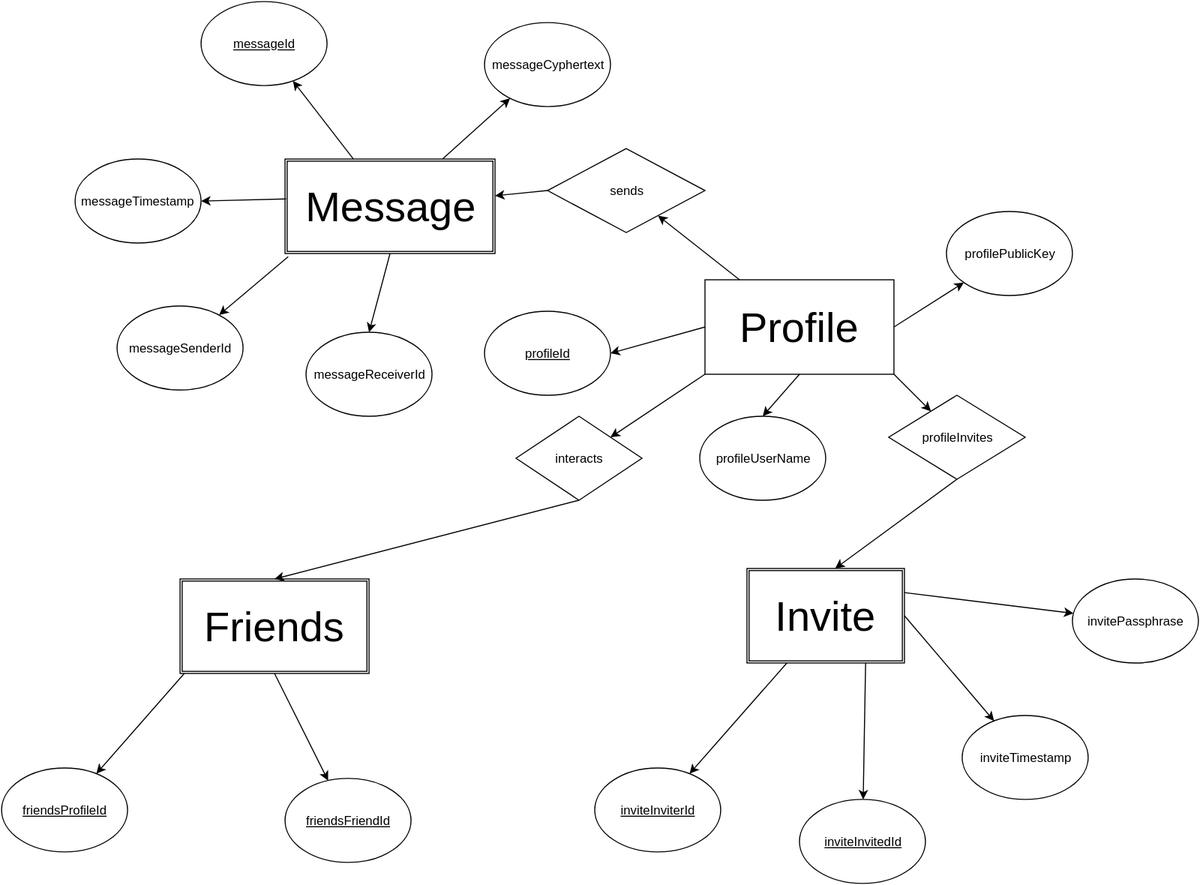
Earlier version of the draw.io export epic/img/kiteCryptERD.svg (Karstagg/kiteCrypt). Source tidied: cells renumbered, new cells last; positions are measured from the earlier drawing's top-left corner, leaving out a move shared by most shapes.
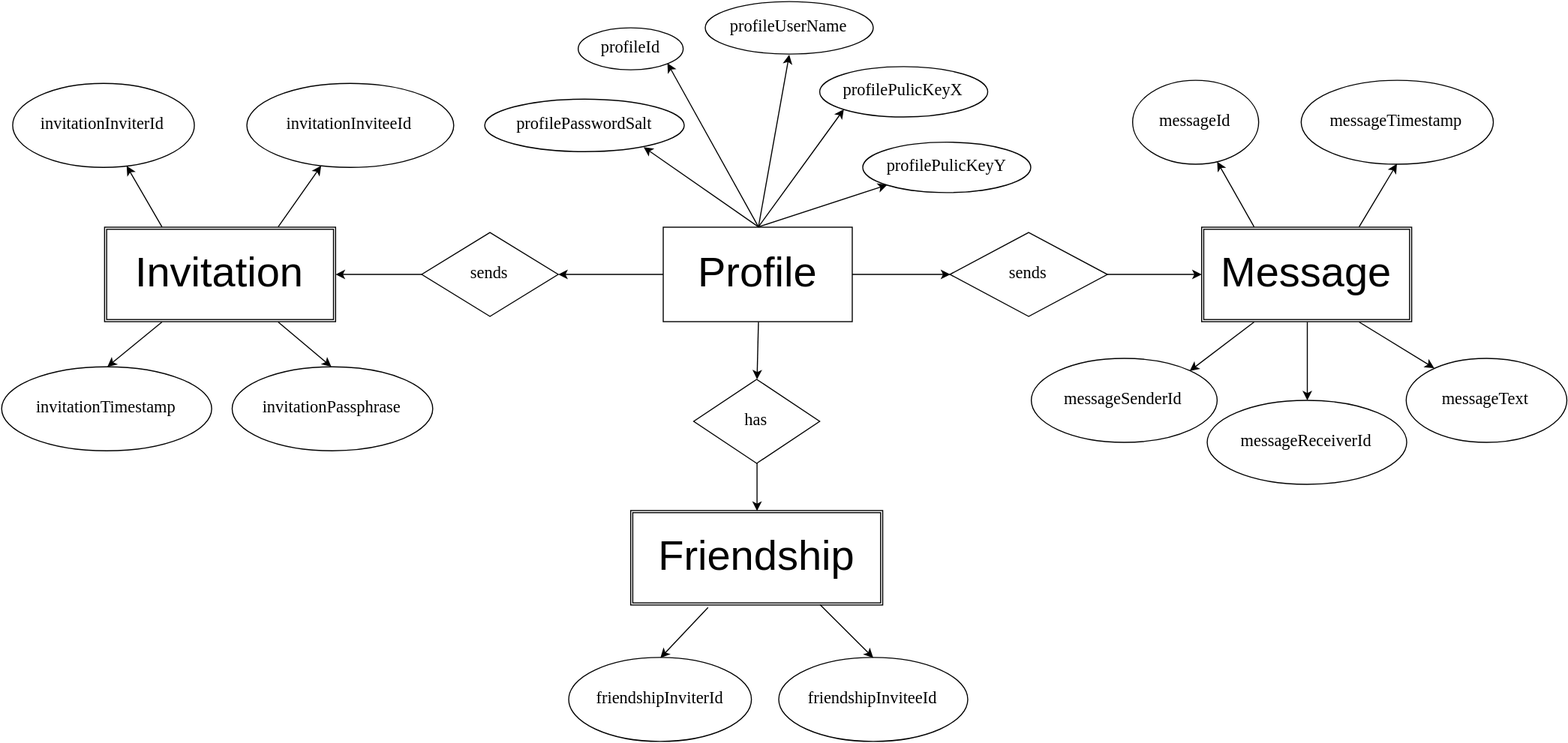
The same diagram one commit later.

Diff of the diagram source:
```diff
@@ -1,129 +1,141 @@
-<mxGraphModel>
+<mxGraphModel background="#ffffff">
   <root>
     <mxCell id="0" />
     <mxCell id="1" parent="0" />
     <mxCell id="2" value="&lt;font style=&quot;font-size: 40px&quot;&gt;Profile&lt;/font&gt;" style="whiteSpace=wrap;html=1;" parent="1" vertex="1">
       <mxGeometry x="670" y="265" width="180" height="90" as="geometry" />
     </mxCell>
-    <mxCell id="3" value="&lt;font style=&quot;font-size: 40px&quot;&gt;Friends&lt;/font&gt;" style="shape=ext;double=1;whiteSpace=wrap;html=1;" parent="1" vertex="1">
-      <mxGeometry x="170" y="550" width="180" height="90" as="geometry" />
+    <mxCell id="3" value="&lt;font style=&quot;font-size: 40px&quot;&gt;Friendship&lt;/font&gt;" style="shape=ext;double=1;whiteSpace=wrap;html=1;" parent="1" vertex="1">
+      <mxGeometry x="639" y="535" width="240" height="90" as="geometry" />
     </mxCell>
-    <mxCell id="4" value="&lt;u&gt;profileId&lt;/u&gt;" style="ellipse;whiteSpace=wrap;html=1;" parent="1" vertex="1">
-      <mxGeometry x="460" y="295" width="120" height="80" as="geometry" />
+    <mxCell id="4" value="profileId" style="ellipse;whiteSpace=wrap;html=1;fontFamily=Verdana;fontSize=16;" parent="1" vertex="1">
+      <mxGeometry x="589" y="75" width="100" height="40" as="geometry" />
     </mxCell>
-    <mxCell id="5" value="profileUserName" style="ellipse;whiteSpace=wrap;html=1;" parent="1" vertex="1">
-      <mxGeometry x="665" y="395" width="120" height="80" as="geometry" />
+    <mxCell id="5" value="profileUserName" style="ellipse;whiteSpace=wrap;html=1;fontFamily=Verdana;fontSize=16;" parent="1" vertex="1">
+      <mxGeometry x="710" y="50" width="160" height="50" as="geometry" />
     </mxCell>
-    <mxCell id="6" value="profilePublicKey" style="ellipse;whiteSpace=wrap;html=1;" parent="1" vertex="1">
-      <mxGeometry x="900" y="200" width="120" height="80" as="geometry" />
+    <mxCell id="6" value="profilePulicKeyX&lt;br&gt;" style="ellipse;whiteSpace=wrap;html=1;fontFamily=Verdana;fontSize=16;" parent="1" vertex="1">
+      <mxGeometry x="819" y="112" width="160" height="48" as="geometry" />
     </mxCell>
-    <mxCell id="7" value="interacts" style="rhombus;whiteSpace=wrap;html=1;" parent="1" vertex="1">
-      <mxGeometry x="490" y="395" width="120" height="80" as="geometry" />
+    <mxCell id="7" value="has" style="rhombus;whiteSpace=wrap;html=1;fontFamily=Verdana;fontSize=16;" parent="1" vertex="1">
+      <mxGeometry x="699" y="410" width="120" height="80" as="geometry" />
     </mxCell>
-    <mxCell id="8" value="&lt;u&gt;friendsProfileId&lt;/u&gt;" style="ellipse;whiteSpace=wrap;html=1;" parent="1" vertex="1">
-      <mxGeometry y="730" width="120" height="80" as="geometry" />
+    <mxCell id="8" value="friendshipInviterId" style="ellipse;whiteSpace=wrap;html=1;fontFamily=Verdana;fontSize=16;" parent="1" vertex="1">
+      <mxGeometry x="580" y="675" width="174" height="80" as="geometry" />
     </mxCell>
-    <mxCell id="9" value="&lt;u&gt;friendsFriendId&lt;/u&gt;" style="ellipse;whiteSpace=wrap;html=1;" parent="1" vertex="1">
-      <mxGeometry x="270" y="740" width="120" height="80" as="geometry" />
+    <mxCell id="9" value="friendshipInviteeId" style="ellipse;whiteSpace=wrap;html=1;fontFamily=Verdana;fontSize=16;" parent="1" vertex="1">
+      <mxGeometry x="780" y="675" width="180" height="80" as="geometry" />
     </mxCell>
-    <mxCell id="10" style="endArrow=classic;html=1;exitX=0;exitY=0.5;entryX=1;entryY=0.5;" parent="1" edge="1" source="2" target="4">
+    <mxCell id="10" style="endArrow=classic;html=1;exitX=0.5;exitY=0;entryX=1;entryY=1;" parent="1" edge="1" source="2" target="4">
       <mxGeometry relative="1" as="geometry" />
     </mxCell>
-    <mxCell id="11" style="endArrow=classic;html=1;exitX=1;exitY=0.5;" parent="1" edge="1" source="2" target="6">
+    <mxCell id="11" style="endArrow=classic;html=1;exitX=0.5;exitY=0;entryX=0;entryY=1;" parent="1" edge="1" source="2" target="6">
       <mxGeometry relative="1" as="geometry" />
     </mxCell>
-    <mxCell id="12" style="endArrow=classic;html=1;exitX=0;exitY=1;exitPerimeter=0;" parent="1" edge="1" source="2" target="7">
+    <mxCell id="12" style="endArrow=classic;html=1;exitX=0.5;exitY=1;entryX=0.5;entryY=0;" parent="1" edge="1" source="2" target="7">
       <mxGeometry relative="1" as="geometry" />
     </mxCell>
-    <mxCell id="13" style="endArrow=classic;html=1;exitX=0.5;exitY=1;entryX=0.5;entryY=0;" parent="1" edge="1" source="2" target="5">
+    <mxCell id="13" style="endArrow=classic;html=1;exitX=0.5;exitY=0;entryX=0.5;entryY=1;" parent="1" edge="1" source="2" target="5">
       <mxGeometry relative="1" as="geometry" />
     </mxCell>
     <mxCell id="14" style="endArrow=classic;html=1;exitX=0.5;exitY=1;entryX=0.5;entryY=0;" parent="1" edge="1" source="7" target="3">
       <mxGeometry relative="1" as="geometry" />
     </mxCell>
-    <mxCell id="15" style="endArrow=classic;html=1;exitX=0.022;exitY=1;exitPerimeter=0;" parent="1" edge="1" source="3" target="8">
+    <mxCell id="15" style="endArrow=classic;html=1;exitX=0.307;exitY=1.025;exitPerimeter=0;entryX=0.5;entryY=0;" parent="1" edge="1" source="3" target="8">
       <mxGeometry relative="1" as="geometry" />
     </mxCell>
-    <mxCell id="16" style="endArrow=classic;html=1;exitX=0.5;exitY=1;" parent="1" edge="1" source="3" target="9">
+    <mxCell id="16" style="endArrow=classic;html=1;exitX=0.75;exitY=1;entryX=0.5;entryY=0;" parent="1" edge="1" source="3" target="9">
       <mxGeometry relative="1" as="geometry" />
     </mxCell>
-    <mxCell id="17" value="profileInvites" style="rhombus;whiteSpace=wrap;html=1;" parent="1" vertex="1">
-      <mxGeometry x="845" y="375" width="130" height="80" as="geometry" />
+    <mxCell id="17" value="sends" style="rhombus;whiteSpace=wrap;html=1;fontFamily=Verdana;fontSize=16;" parent="1" vertex="1">
+      <mxGeometry x="440" y="270" width="130" height="80" as="geometry" />
     </mxCell>
-    <mxCell id="18" style="endArrow=classic;html=1;exitX=1;exitY=1;exitPerimeter=0;" parent="1" edge="1" source="2" target="17">
+    <mxCell id="18" style="endArrow=classic;html=1;exitX=0;exitY=0.5;entryX=1;entryY=0.5;" parent="1" edge="1" source="2" target="17">
       <mxGeometry relative="1" as="geometry" />
     </mxCell>
-    <mxCell id="19" style="endArrow=classic;html=1;exitX=0.5;exitY=1;entryX=0.56;entryY=0;entryPerimeter=0;" parent="1" edge="1" source="17" target="28">
+    <mxCell id="19" style="endArrow=classic;html=1;exitX=0;exitY=0.5;entryX=1;entryY=0.5;" parent="1" edge="1" source="17" target="28">
       <mxGeometry relative="1" as="geometry" />
     </mxCell>
-    <mxCell id="20" value="&lt;u&gt;inviteInviterId&lt;/u&gt;" style="ellipse;whiteSpace=wrap;html=1;" parent="1" vertex="1">
-      <mxGeometry x="565" y="730" width="120" height="80" as="geometry" />
+    <mxCell id="20" value="invitationInviterId" style="ellipse;whiteSpace=wrap;html=1;fontFamily=Verdana;fontSize=16;fontStyle=0;" parent="1" vertex="1">
+      <mxGeometry x="50" y="128" width="173" height="80" as="geometry" />
     </mxCell>
-    <mxCell id="21" value="&lt;u&gt;inviteInvitedId&lt;/u&gt;" style="ellipse;whiteSpace=wrap;html=1;" parent="1" vertex="1">
-      <mxGeometry x="760" y="760" width="120" height="80" as="geometry" />
+    <mxCell id="21" value="invitationInviteeId" style="ellipse;whiteSpace=wrap;html=1;fontFamily=Verdana;fontSize=16;fontStyle=0;" parent="1" vertex="1">
+      <mxGeometry x="273" y="128" width="197" height="80" as="geometry" />
     </mxCell>
-    <mxCell id="22" style="endArrow=classic;html=1;exitX=0.25;exitY=1;" parent="1" edge="1" source="28" target="20">
-      <mxGeometry x="-104.7" y="-390" as="geometry" />
+    <mxCell id="22" style="endArrow=classic;html=1;exitX=0.25;exitY=0;" parent="1" edge="1" source="28" target="20">
+      <mxGeometry x="-626.7" y="-672" as="geometry" />
     </mxCell>
-    <mxCell id="23" style="endArrow=classic;html=1;exitX=0.75;exitY=1;" parent="1" edge="1" source="28" target="21">
-      <mxGeometry x="65" y="-390" as="geometry" />
+    <mxCell id="23" style="endArrow=classic;html=1;exitX=0.75;exitY=0;" parent="1" edge="1" source="28" target="21">
+      <mxGeometry x="-457" y="-672" as="geometry" />
     </mxCell>
-    <mxCell id="24" value="inviteTimestamp" style="ellipse;whiteSpace=wrap;html=1;" parent="1" vertex="1">
-      <mxGeometry x="915" y="680" width="120" height="80" as="geometry" />
+    <mxCell id="24" value="invitationTimestamp" style="ellipse;whiteSpace=wrap;html=1;fontFamily=Verdana;fontSize=16;" parent="1" vertex="1">
+      <mxGeometry x="40" y="398" width="200" height="80" as="geometry" />
     </mxCell>
-    <mxCell id="25" style="endArrow=classic;html=1;exitX=1;exitY=0.5;" parent="1" edge="1" source="28" target="24">
-      <mxGeometry x="145" y="-450" as="geometry" />
+    <mxCell id="25" style="endArrow=classic;html=1;exitX=0.25;exitY=1;entryX=0.5;entryY=0;" parent="1" edge="1" source="28" target="24">
+      <mxGeometry x="-377" y="-732" as="geometry" />
     </mxCell>
-    <mxCell id="26" value="invitePassphrase" style="ellipse;whiteSpace=wrap;html=1;" parent="1" vertex="1">
-      <mxGeometry x="1020" y="550" width="120" height="80" as="geometry" />
+    <mxCell id="26" value="invitationPassphrase" style="ellipse;whiteSpace=wrap;html=1;fontFamily=Verdana;fontSize=16;" parent="1" vertex="1">
+      <mxGeometry x="259" y="398" width="191" height="80" as="geometry" />
     </mxCell>
-    <mxCell id="27" style="endArrow=classic;html=1;exitX=1;exitY=0.25;" parent="1" edge="1" source="28" target="26">
-      <mxGeometry x="85" y="-370" as="geometry" />
+    <mxCell id="27" style="endArrow=classic;html=1;exitX=0.75;exitY=1;entryX=0.5;entryY=0;" parent="1" edge="1" source="28" target="26">
+      <mxGeometry x="-437" y="-652" as="geometry" />
     </mxCell>
-    <mxCell id="28" value="&lt;font style=&quot;font-size: 40px&quot;&gt;Invite&lt;/font&gt;" style="shape=ext;double=1;whiteSpace=wrap;html=1;" parent="1" vertex="1">
-      <mxGeometry x="710" y="540" width="150" height="90" as="geometry" />
+    <mxCell id="28" value="&lt;font style=&quot;font-size: 40px&quot;&gt;Invitation&lt;/font&gt;" style="shape=ext;double=1;whiteSpace=wrap;html=1;" parent="1" vertex="1">
+      <mxGeometry x="138" y="265" width="220" height="90" as="geometry" />
     </mxCell>
-    <mxCell id="29" value="&lt;u&gt;messageId&lt;/u&gt;" style="ellipse;whiteSpace=wrap;html=1;" parent="1" vertex="1">
-      <mxGeometry x="190" width="120" height="80" as="geometry" />
+    <mxCell id="29" value="messageId" style="ellipse;whiteSpace=wrap;html=1;fontFamily=Verdana;fontSize=16;" parent="1" vertex="1">
+      <mxGeometry x="1116.7" y="125" width="120" height="80" as="geometry" />
     </mxCell>
-    <mxCell id="30" value="messageSenderId" style="ellipse;whiteSpace=wrap;html=1;" parent="1" vertex="1">
-      <mxGeometry x="110" y="290" width="120" height="80" as="geometry" />
+    <mxCell id="30" value="messageSenderId" style="ellipse;whiteSpace=wrap;html=1;fontFamily=Verdana;fontSize=16;" parent="1" vertex="1">
+      <mxGeometry x="1020" y="390" width="177" height="80" as="geometry" />
     </mxCell>
-    <mxCell id="31" value="messageReceiverId" style="ellipse;whiteSpace=wrap;html=1;" parent="1" vertex="1">
-      <mxGeometry x="290" y="315" width="120" height="80" as="geometry" />
+    <mxCell id="31" value="messageReceiverId" style="ellipse;whiteSpace=wrap;html=1;fontFamily=Verdana;fontSize=16;" parent="1" vertex="1">
+      <mxGeometry x="1188" y="430" width="190" height="80" as="geometry" />
     </mxCell>
-    <mxCell id="32" value="messageTimestamp" style="ellipse;whiteSpace=wrap;html=1;" parent="1" vertex="1">
-      <mxGeometry x="70" y="150" width="120" height="80" as="geometry" />
+    <mxCell id="32" value="messageTimestamp" style="ellipse;whiteSpace=wrap;html=1;fontFamily=Verdana;fontSize=16;" parent="1" vertex="1">
+      <mxGeometry x="1277" y="125" width="183" height="80" as="geometry" />
     </mxCell>
-    <mxCell id="33" value="messageCyphertext" style="ellipse;whiteSpace=wrap;html=1;" parent="1" vertex="1">
-      <mxGeometry x="460" y="20" width="120" height="80" as="geometry" />
+    <mxCell id="33" value="messageText" style="ellipse;whiteSpace=wrap;html=1;fontFamily=Verdana;fontSize=16;" parent="1" vertex="1">
+      <mxGeometry x="1377" y="390" width="153" height="80" as="geometry" />
     </mxCell>
-    <mxCell id="34" value="sends" style="rhombus;whiteSpace=wrap;html=1;" parent="1" vertex="1">
-      <mxGeometry x="520" y="140" width="150" height="80" as="geometry" />
+    <mxCell id="34" value="sends" style="rhombus;whiteSpace=wrap;html=1;fontFamily=Verdana;fontSize=16;" parent="1" vertex="1">
+      <mxGeometry x="943" y="270" width="150" height="80" as="geometry" />
     </mxCell>
     <mxCell id="35" value="&lt;font style=&quot;font-size: 40px&quot;&gt;Message&lt;/font&gt;" style="shape=ext;double=1;whiteSpace=wrap;html=1;" parent="1" vertex="1">
-      <mxGeometry x="270" y="150" width="200" height="90" as="geometry" />
+      <mxGeometry x="1182.7" y="265" width="200" height="90" as="geometry" />
     </mxCell>
-    <mxCell id="36" style="endArrow=classic;html=1;" parent="1" edge="1" source="2" target="34">
+    <mxCell id="36" style="endArrow=classic;html=1;exitX=1;exitY=0.5;entryX=0;entryY=0.5;" parent="1" edge="1" source="2" target="34">
       <mxGeometry relative="1" as="geometry" />
     </mxCell>
-    <mxCell id="37" style="endArrow=classic;html=1;exitX=0;exitY=0.5;" parent="1" edge="1" source="34" target="35">
+    <mxCell id="37" style="endArrow=classic;html=1;exitX=1;exitY=0.5;" parent="1" edge="1" source="34" target="35">
       <mxGeometry relative="1" as="geometry" />
     </mxCell>
-    <mxCell id="38" style="endArrow=classic;html=1;exitX=0.75;exitY=0;" parent="1" edge="1" source="35" target="33">
+    <mxCell id="38" style="endArrow=classic;html=1;exitX=0.75;exitY=1;" parent="1" edge="1" source="35" target="33">
       <mxGeometry relative="1" as="geometry" />
     </mxCell>
-    <mxCell id="39" style="endArrow=classic;html=1;exitX=0.005;exitY=0.422;exitPerimeter=0;entryX=1;entryY=0.5;" parent="1" edge="1" source="35" target="32">
+    <mxCell id="39" style="endArrow=classic;html=1;exitX=0.75;exitY=0;entryX=0.5;entryY=1;" parent="1" edge="1" source="35" target="32">
       <mxGeometry relative="1" as="geometry" />
     </mxCell>
-    <mxCell id="40" style="endArrow=classic;html=1;" parent="1" edge="1" source="35" target="29">
+    <mxCell id="40" style="endArrow=classic;html=1;exitX=0.25;exitY=0;" parent="1" edge="1" source="35" target="29">
       <mxGeometry relative="1" as="geometry" />
     </mxCell>
-    <mxCell id="41" style="endArrow=classic;html=1;exitX=0.015;exitY=1.033;exitPerimeter=0;" parent="1" edge="1" source="35" target="30">
+    <mxCell id="41" style="endArrow=classic;html=1;exitX=0.25;exitY=1;entryX=1;entryY=0;" parent="1" edge="1" source="35" target="30">
       <mxGeometry relative="1" as="geometry" />
     </mxCell>
-    <mxCell id="42" style="endArrow=classic;html=1;exitX=0.5;exitY=1;entryX=0.5;entryY=0;" parent="1" edge="1" source="35" target="31">
+    <mxCell id="42" style="endArrow=classic;html=1;entryX=0.5;entryY=0;exitX=0.5;exitY=1;" parent="1" edge="1" source="35" target="31">
       <mxGeometry relative="1" as="geometry" />
     </mxCell>
+    <mxCell id="43" value="profilePasswordSalt" style="ellipse;whiteSpace=wrap;html=1;fontFamily=Verdana;fontSize=16;" parent="1" vertex="1">
+      <mxGeometry x="500" y="143" width="190" height="50" as="geometry" />
+    </mxCell>
+    <mxCell id="44" value="profilePulicKeyY&lt;br&gt;" style="ellipse;whiteSpace=wrap;html=1;fontFamily=Verdana;fontSize=16;" parent="1" vertex="1">
+      <mxGeometry x="860" y="184" width="160" height="48" as="geometry" />
+    </mxCell>
+    <mxCell id="45" style="endArrow=classic;html=1;exitX=0.5;exitY=0;entryX=0;entryY=1;" parent="1" edge="1" source="2" target="44">
+      <mxGeometry relative="1" as="geometry" />
+    </mxCell>
+    <mxCell id="46" style="endArrow=classic;html=1;entryX=0.795;entryY=0.9;entryPerimeter=0;exitX=0.5;exitY=0;" parent="1" edge="1" source="2" target="43">
+      <mxGeometry relative="1" as="geometry" />
+    </mxCell>
   </root>
 </mxGraphModel>
```
